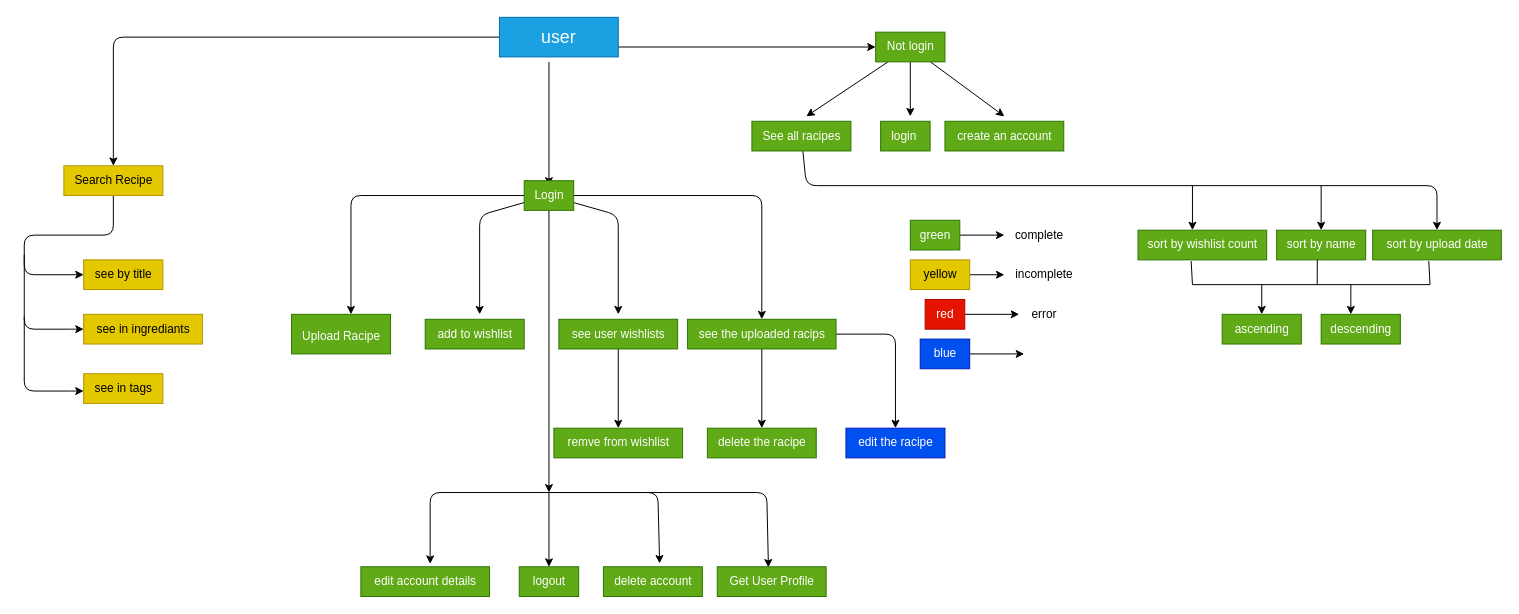
Earlier version of the draw.io diagram planning.drawio (aamir-067/racipe-project). Source tidied: cells renumbered, new cells numbered last; positions are measured from the earlier drawing's top-left corner, leaving out a move shared by most shapes. Both pictures are drawn from the tidied source at 99%, with x=0, y=0 at pixel (24, 17).
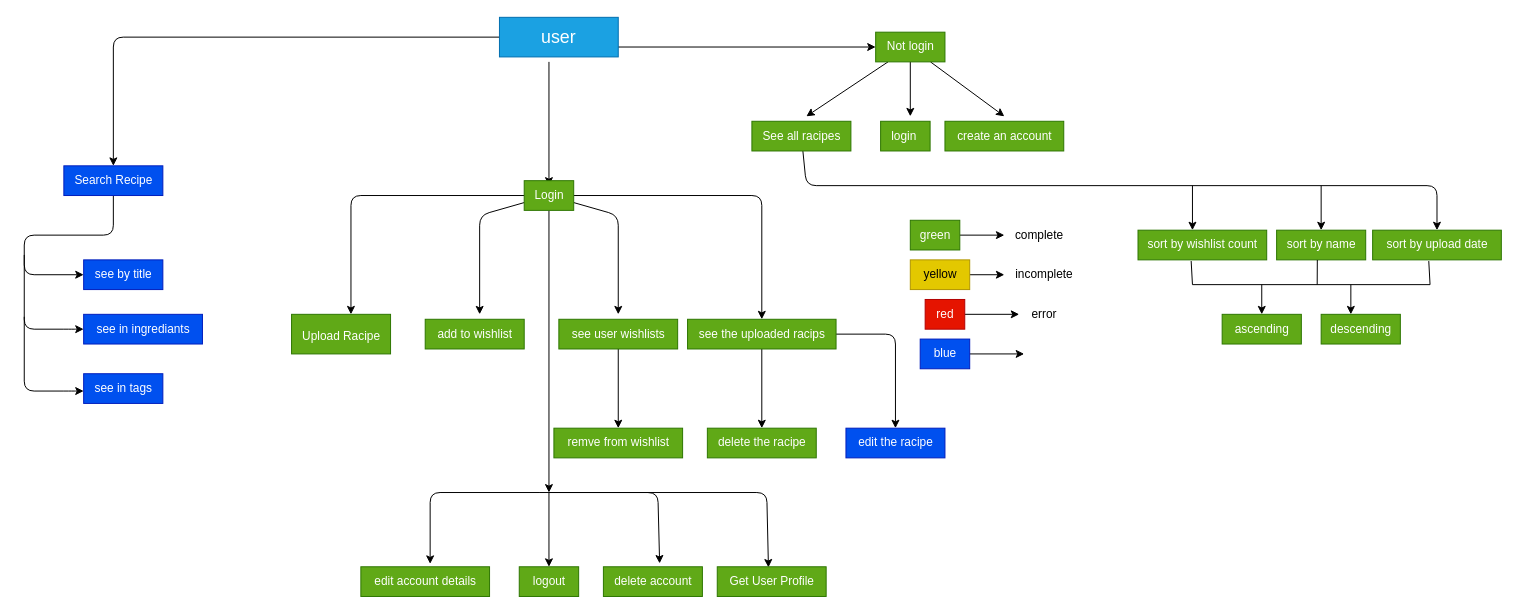
The same diagram, later.

Commit message (it also covers changes not shown here):
added search recipe controller

What changed in the source:
```diff
@@
-    <mxCell id="60" value="Search Recipe&lt;br&gt;" style="text;html=1;align=center;verticalAlign=middle;points=[];strokeColor=#B09500;fillColor=#e3c800;fontColor=#000000;" parent="1" vertex="1">
+    <mxCell id="60" value="Search Recipe&lt;br&gt;" style="text;html=1;align=center;verticalAlign=middle;points=[];strokeColor=#001DBC;fillColor=#0050ef;fontColor=#ffffff;" parent="1" vertex="1">
       <mxGeometry x="40" y="150" width="100" height="30" as="geometry" />
     </mxCell>
-    <mxCell id="61" value="see by title" style="text;html=1;align=center;verticalAlign=middle;strokeColor=#B09500;fillColor=#e3c800;fontColor=#000000;" parent="1" vertex="1">
+    <mxCell id="61" value="see by title" style="text;html=1;align=center;verticalAlign=middle;strokeColor=#001DBC;fillColor=#0050ef;fontColor=#ffffff;" parent="1" vertex="1">
       <mxGeometry x="60" y="245" width="80" height="30" as="geometry" />
     </mxCell>
-    <mxCell id="62" value="see in tags" style="text;html=1;align=center;verticalAlign=middle;strokeColor=#B09500;fillColor=#e3c800;fontColor=#000000;" parent="1" vertex="1">
+    <mxCell id="62" value="see in tags" style="text;html=1;align=center;verticalAlign=middle;strokeColor=#001DBC;fillColor=#0050ef;fontColor=#ffffff;" parent="1" vertex="1">
       <mxGeometry x="60" y="360" width="80" height="30" as="geometry" />
     </mxCell>
@@
-    <mxCell id="65" value="see in ingrediants" style="text;html=1;align=center;verticalAlign=middle;strokeColor=#B09500;fillColor=#e3c800;fontColor=#000000;" parent="1" vertex="1">
+    <mxCell id="65" value="see in ingrediants" style="text;html=1;align=center;verticalAlign=middle;strokeColor=#001DBC;fillColor=#0050ef;fontColor=#ffffff;" parent="1" vertex="1">
       <mxGeometry x="60" y="300" width="120" height="30" as="geometry" />
     </mxCell>
```
